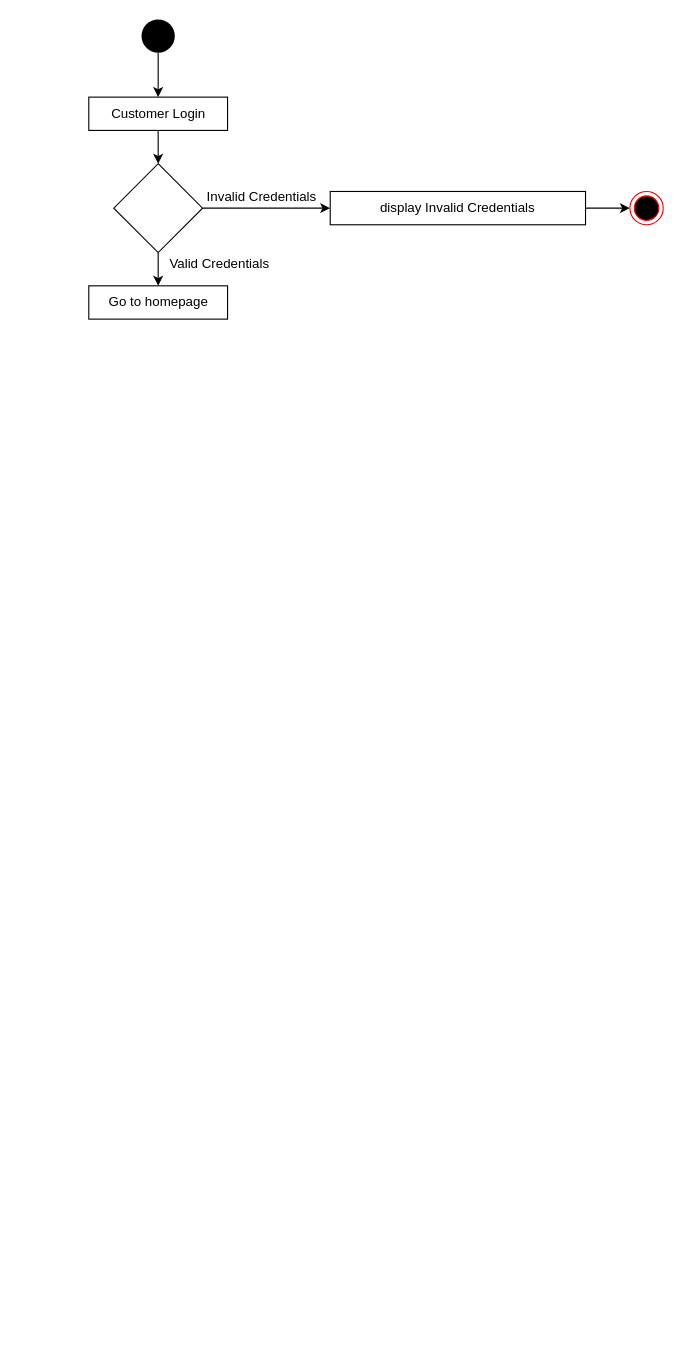
Above: AD(Book).drawio in omanshagrawal21/Movie-ticket (draw.io), before the change. Source tidied: cells renumbered, new cells numbered last; positions are measured from the earlier drawing's top-left corner, leaving out a move shared by most shapes. Both pictures are drawn from the tidied source at 111%, with x=0, y=0 at pixel (88, 19).
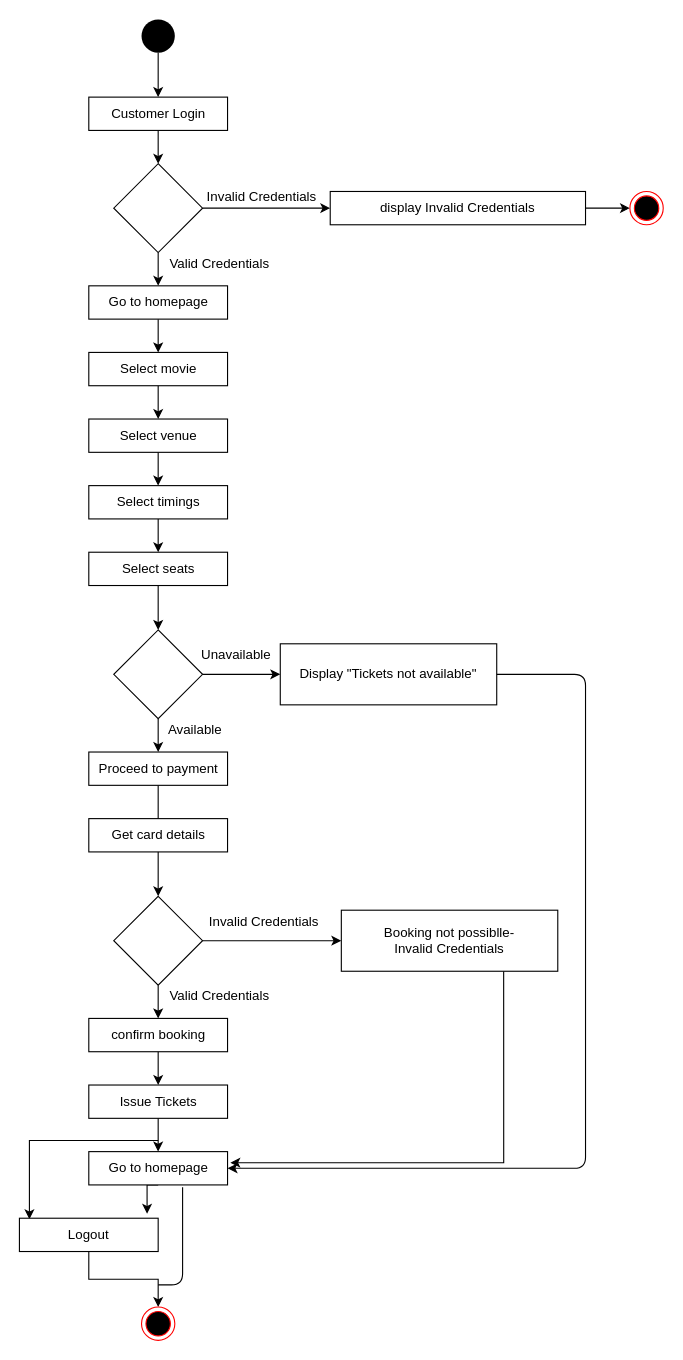
After the change.

The change refers to these unchanged cells:
```xml
<mxCell id="11" value="Go to homepage" style="rounded=0;whiteSpace=wrap;html=1;" parent="1" vertex="1">
  <mxGeometry x="0.5" y="240" width="125" height="30" as="geometry" />
</mxCell>
```

What changed in the source:
```diff
@@
+    <mxCell id="15" style="edgeStyle=orthogonalEdgeStyle;rounded=0;jettySize=auto;html=1;exitX=0.5;exitY=1;exitDx=0;exitDy=0;entryX=0.5;entryY=0;entryDx=0;entryDy=0;" parent="1" edge="1" source="11" target="17">
+      <mxGeometry relative="1" as="geometry" />
+    </mxCell>
@@
+    <mxCell id="16" style="edgeStyle=orthogonalEdgeStyle;rounded=0;jettySize=auto;html=1;exitX=0.5;exitY=1;exitDx=0;exitDy=0;entryX=0.5;entryY=0;entryDx=0;entryDy=0;" parent="1" edge="1" source="17" target="19">
+      <mxGeometry relative="1" as="geometry" />
+    </mxCell>
+    <mxCell id="17" value="Select movie" style="rounded=0;whiteSpace=wrap;html=1;" parent="1" vertex="1">
+      <mxGeometry x="0.5" y="300" width="125" height="30" as="geometry" />
+    </mxCell>
+    <mxCell id="18" style="edgeStyle=orthogonalEdgeStyle;rounded=0;jettySize=auto;html=1;exitX=0.5;exitY=1;exitDx=0;exitDy=0;entryX=0.5;entryY=0;entryDx=0;entryDy=0;" parent="1" edge="1" source="19" target="21">
+      <mxGeometry relative="1" as="geometry" />
+    </mxCell>
+    <mxCell id="19" value="Select venue" style="rounded=0;whiteSpace=wrap;html=1;" parent="1" vertex="1">
+      <mxGeometry x="0.5" y="360" width="125" height="30" as="geometry" />
+    </mxCell>
+    <mxCell id="20" style="edgeStyle=orthogonalEdgeStyle;rounded=0;jettySize=auto;html=1;exitX=0.5;exitY=1;exitDx=0;exitDy=0;entryX=0.5;entryY=0;entryDx=0;entryDy=0;" parent="1" edge="1" source="21" target="43">
+      <mxGeometry relative="1" as="geometry" />
+    </mxCell>
+    <mxCell id="21" value="Select timings" style="rounded=0;whiteSpace=wrap;html=1;" parent="1" vertex="1">
+      <mxGeometry x="0.5" y="420" width="125" height="30" as="geometry" />
+    </mxCell>
+    <mxCell id="22" style="edgeStyle=orthogonalEdgeStyle;rounded=0;jettySize=auto;html=1;exitX=1;exitY=0.5;exitDx=0;exitDy=0;entryX=0;entryY=0.5;entryDx=0;entryDy=0;" parent="1" edge="1" source="24" target="25">
+      <mxGeometry relative="1" as="geometry" />
+    </mxCell>
+    <mxCell id="23" style="edgeStyle=orthogonalEdgeStyle;rounded=0;jettySize=auto;html=1;exitX=0.5;exitY=1;exitDx=0;exitDy=0;entryX=0.5;entryY=0;entryDx=0;entryDy=0;" parent="1" edge="1" source="24" target="27">
+      <mxGeometry relative="1" as="geometry" />
+    </mxCell>
+    <mxCell id="24" style="rhombus;whiteSpace=wrap;html=1;" parent="1" vertex="1">
+      <mxGeometry x="23" y="550" width="80" height="80" as="geometry" />
+    </mxCell>
+    <mxCell id="25" value="Display &quot;Tickets not available&quot;" style="rounded=0;whiteSpace=wrap;html=1;" parent="1" vertex="1">
+      <mxGeometry x="173" y="562.5" width="195" height="55" as="geometry" />
+    </mxCell>
+    <mxCell id="26" style="edgeStyle=orthogonalEdgeStyle;rounded=0;jettySize=auto;html=1;" parent="1" edge="1" source="27" target="31">
+      <mxGeometry relative="1" as="geometry" />
+    </mxCell>
+    <mxCell id="27" value="Proceed to payment" style="rounded=0;whiteSpace=wrap;html=1;" parent="1" vertex="1">
+      <mxGeometry x="0.5" y="660" width="125" height="30" as="geometry" />
+    </mxCell>
+    <mxCell id="28" value="Get card details" style="rounded=0;whiteSpace=wrap;html=1;" parent="1" vertex="1">
+      <mxGeometry x="0.5" y="720" width="125" height="30" as="geometry" />
+    </mxCell>
+    <mxCell id="29" style="edgeStyle=orthogonalEdgeStyle;rounded=0;jettySize=auto;html=1;exitX=1;exitY=0.5;exitDx=0;exitDy=0;entryX=0;entryY=0.5;entryDx=0;entryDy=0;" parent="1" edge="1" source="31" target="33">
+      <mxGeometry relative="1" as="geometry" />
+    </mxCell>
+    <mxCell id="30" style="edgeStyle=orthogonalEdgeStyle;rounded=0;jettySize=auto;html=1;exitX=0.5;exitY=1;exitDx=0;exitDy=0;entryX=0.5;entryY=0;entryDx=0;entryDy=0;" parent="1" edge="1" source="31" target="35">
+      <mxGeometry relative="1" as="geometry" />
+    </mxCell>
+    <mxCell id="31" style="rhombus;whiteSpace=wrap;html=1;" parent="1" vertex="1">
+      <mxGeometry x="23" y="790" width="80" height="80" as="geometry" />
+    </mxCell>
+    <mxCell id="32" style="edgeStyle=orthogonalEdgeStyle;rounded=0;jettySize=auto;html=1;exitX=0.75;exitY=1;exitDx=0;exitDy=0;" parent="1" edge="1" source="33">
+      <mxGeometry relative="1" as="geometry">
+        <mxPoint x="128" y="1030" as="targetPoint" />
+        <Array as="points">
+          <mxPoint x="374" y="1030" />
+        </Array>
+      </mxGeometry>
+    </mxCell>
+    <mxCell id="33" value="&lt;div&gt;Booking not possiblle-&lt;/div&gt;&lt;div&gt;Invalid Credentials&lt;br&gt;&lt;/div&gt;" style="rounded=0;whiteSpace=wrap;html=1;" parent="1" vertex="1">
+      <mxGeometry x="228" y="802.5" width="195" height="55" as="geometry" />
+    </mxCell>
+    <mxCell id="34" style="edgeStyle=orthogonalEdgeStyle;rounded=0;jettySize=auto;html=1;exitX=0.5;exitY=1;exitDx=0;exitDy=0;entryX=0.5;entryY=0;entryDx=0;entryDy=0;" parent="1" edge="1" source="35" target="38">
+      <mxGeometry relative="1" as="geometry" />
+    </mxCell>
+    <mxCell id="35" value="confirm booking" style="rounded=0;whiteSpace=wrap;html=1;" parent="1" vertex="1">
+      <mxGeometry x="0.5" y="900" width="125" height="30" as="geometry" />
+    </mxCell>
+    <mxCell id="36" style="edgeStyle=orthogonalEdgeStyle;rounded=0;jettySize=auto;html=1;entryX=0.072;entryY=0.033;entryDx=0;entryDy=0;entryPerimeter=0;" parent="1" edge="1" target="40">
+      <mxGeometry relative="1" as="geometry">
+        <mxPoint x="63" y="1010" as="sourcePoint" />
+        <Array as="points">
+          <mxPoint x="-53" y="1010" />
+        </Array>
+      </mxGeometry>
+    </mxCell>
+    <mxCell id="37" style="edgeStyle=orthogonalEdgeStyle;rounded=0;jettySize=auto;html=1;exitX=0.5;exitY=1;exitDx=0;exitDy=0;entryX=0.5;entryY=0;entryDx=0;entryDy=0;" parent="1" edge="1" source="38" target="45">
+      <mxGeometry relative="1" as="geometry" />
+    </mxCell>
+    <mxCell id="38" value="Issue Tickets" style="rounded=0;whiteSpace=wrap;html=1;" parent="1" vertex="1">
+      <mxGeometry x="0.5" y="960" width="125" height="30" as="geometry" />
+    </mxCell>
+    <mxCell id="39" style="edgeStyle=orthogonalEdgeStyle;rounded=0;jettySize=auto;html=1;exitX=0.5;exitY=1;exitDx=0;exitDy=0;entryX=0.5;entryY=0;entryDx=0;entryDy=0;" parent="1" edge="1" source="40" target="41">
+      <mxGeometry relative="1" as="geometry" />
+    </mxCell>
+    <mxCell id="40" value="Logout" style="rounded=0;whiteSpace=wrap;html=1;" parent="1" vertex="1">
+      <mxGeometry x="-62" y="1080" width="125" height="30" as="geometry" />
+    </mxCell>
+    <mxCell id="41" style="ellipse;html=1;shape=endState;fillColor=#000000;strokeColor=#ff0000;" parent="1" vertex="1">
+      <mxGeometry x="48" y="1160" width="30" height="30" as="geometry" />
+    </mxCell>
+    <mxCell id="42" style="edgeStyle=orthogonalEdgeStyle;rounded=0;jettySize=auto;html=1;exitX=0.5;exitY=1;exitDx=0;exitDy=0;entryX=0.5;entryY=0;entryDx=0;entryDy=0;" parent="1" edge="1" source="43" target="24">
+      <mxGeometry relative="1" as="geometry" />
+    </mxCell>
+    <mxCell id="43" value="Select seats" style="rounded=0;whiteSpace=wrap;html=1;" parent="1" vertex="1">
+      <mxGeometry x="0.5" y="480" width="125" height="30" as="geometry" />
+    </mxCell>
+    <mxCell id="44" style="edgeStyle=orthogonalEdgeStyle;rounded=0;jettySize=auto;html=1;exitX=0.5;exitY=1;exitDx=0;exitDy=0;entryX=0.92;entryY=-0.133;entryDx=0;entryDy=0;entryPerimeter=0;" parent="1" edge="1" source="45" target="40">
+      <mxGeometry relative="1" as="geometry" />
+    </mxCell>
+    <mxCell id="45" value="Go to homepage" style="rounded=0;whiteSpace=wrap;html=1;" parent="1" vertex="1">
+      <mxGeometry x="0.5" y="1020" width="125" height="30" as="geometry" />
+    </mxCell>
+    <mxCell id="46" value="Unavailable" style="text;html=1;align=center;verticalAlign=middle;" parent="1" vertex="1">
+      <mxGeometry x="93" y="562.5" width="80" height="20" as="geometry" />
+    </mxCell>
+    <mxCell id="47" value="Available" style="text;html=1;align=center;verticalAlign=middle;" parent="1" vertex="1">
+      <mxGeometry x="65.5" y="630" width="60" height="20" as="geometry" />
+    </mxCell>
+    <mxCell id="48" value="Invalid Credentials" style="text;html=1;align=center;verticalAlign=middle;" parent="1" vertex="1">
+      <mxGeometry x="103" y="802.5" width="110" height="20" as="geometry" />
+    </mxCell>
+    <mxCell id="49" value="Valid Credentials" style="text;html=1;align=center;verticalAlign=middle;" parent="1" vertex="1">
+      <mxGeometry x="63" y="870" width="110" height="20" as="geometry" />
+    </mxCell>
+    <mxCell id="50" style="endArrow=classic;html=1;exitX=1;exitY=0.5;exitDx=0;exitDy=0;entryX=1;entryY=0.5;entryDx=0;entryDy=0;" parent="1" edge="1" source="25" target="45">
+      <mxGeometry relative="1" as="geometry">
+        <Array as="points">
+          <mxPoint x="448" y="590" />
+          <mxPoint x="448" y="1035" />
+        </Array>
+      </mxGeometry>
+    </mxCell>
+    <mxCell id="51" style="endArrow=none;html=1;entryX=0.676;entryY=1.067;entryDx=0;entryDy=0;entryPerimeter=0;" parent="1" edge="1" target="45">
+      <mxGeometry relative="1" as="geometry">
+        <mxPoint x="63" y="1140" as="sourcePoint" />
+        <Array as="points">
+          <mxPoint x="85" y="1140" />
+        </Array>
+      </mxGeometry>
+    </mxCell>
```
